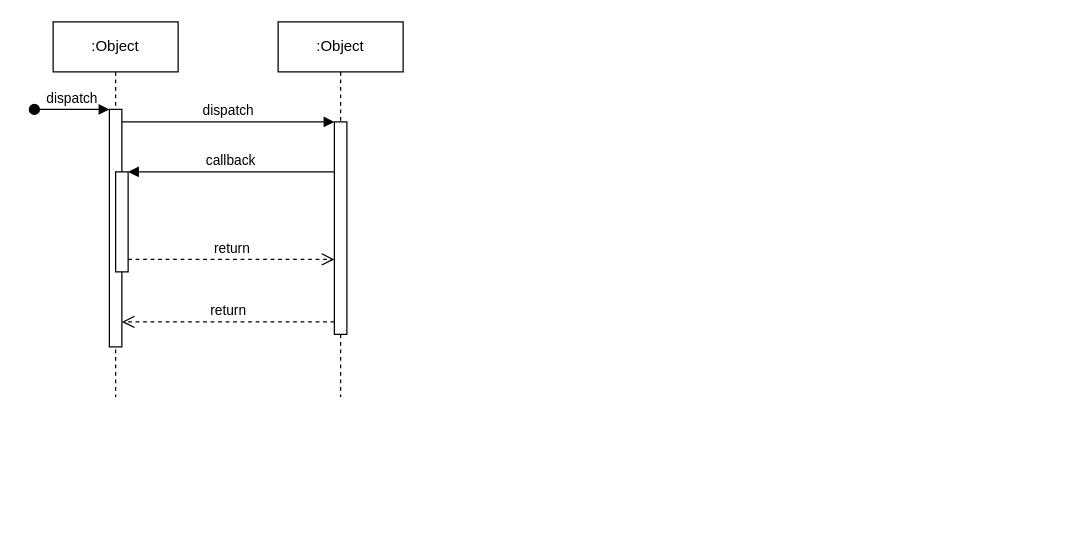
Before: Sequence diagram.drawio in machlufbar/Smart_campus_Electrical_sensors, a draw.io diagram. Source tidied: cells renumbered, new cells numbered last; positions are measured from the earlier drawing's top-left corner, leaving out a move shared by most shapes. Both pictures are drawn from the tidied source at 125%, with x=0, y=0 at pixel (34, 21).
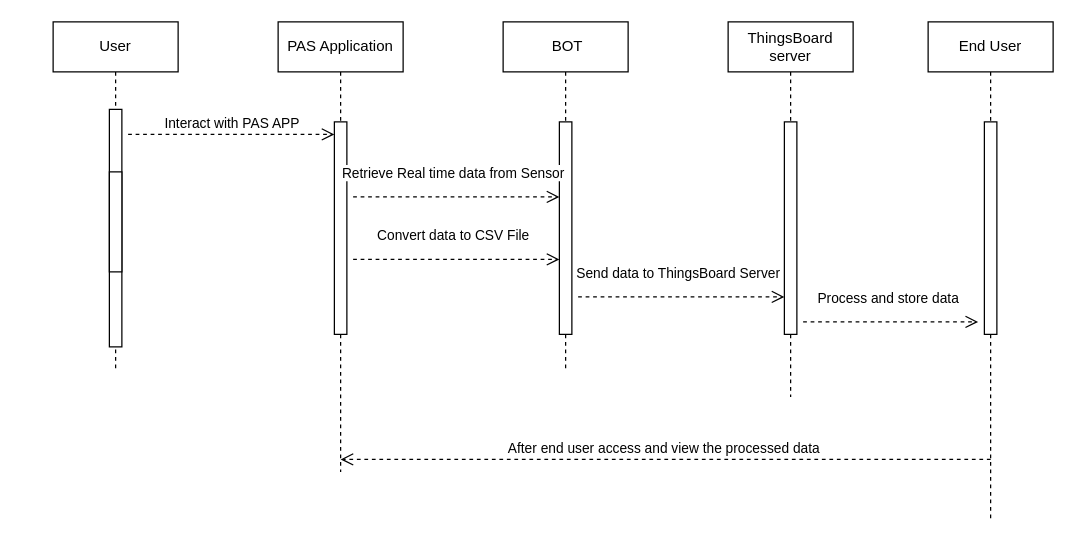
After the change.

Unchanged cells that the change refers to:
```xml
<mxCell id="3" style="html=1;points=[];perimeter=orthogonalPerimeter;outlineConnect=0;targetShapes=umlLifeline;portConstraint=eastwest;newEdgeStyle={&quot;edgeStyle&quot;:&quot;elbowEdgeStyle&quot;,&quot;elbow&quot;:&quot;vertical&quot;,&quot;curved&quot;:0,&quot;rounded&quot;:0};" parent="2" vertex="1">
  <mxGeometry x="45" y="70" width="10" height="190" as="geometry" />
</mxCell>
<mxCell id="7" style="html=1;points=[];perimeter=orthogonalPerimeter;outlineConnect=0;targetShapes=umlLifeline;portConstraint=eastwest;newEdgeStyle={&quot;edgeStyle&quot;:&quot;elbowEdgeStyle&quot;,&quot;elbow&quot;:&quot;vertical&quot;,&quot;curved&quot;:0,&quot;rounded&quot;:0};" parent="6" vertex="1">
  <mxGeometry x="45" y="80" width="10" height="170" as="geometry" />
</mxCell>
```

Change to the diagram source:
```diff
@@
-    <mxCell id="2" value=":Object" style="shape=umlLifeline;perimeter=lifelinePerimeter;whiteSpace=wrap;html=1;newEdgeStyle={&quot;edgeStyle&quot;:&quot;elbowEdgeStyle&quot;,&quot;elbow&quot;:&quot;vertical&quot;,&quot;curved&quot;:0,&quot;rounded&quot;:0};" parent="1" vertex="1">
-      <mxGeometry x="15" width="100" height="300" as="geometry" />
+    <mxCell id="2" value="User" style="shape=umlLifeline;perimeter=lifelinePerimeter;whiteSpace=wrap;html=1;newEdgeStyle={&quot;edgeStyle&quot;:&quot;elbowEdgeStyle&quot;,&quot;elbow&quot;:&quot;vertical&quot;,&quot;curved&quot;:0,&quot;rounded&quot;:0};" parent="1" vertex="1">
+      <mxGeometry x="15" width="100" height="280" as="geometry" />
     </mxCell>
@@
-    <mxCell id="4" value="dispatch" style="html=1;verticalAlign=bottom;startArrow=oval;endArrow=block;startSize=8;edgeStyle=elbowEdgeStyle;elbow=vertical;curved=0;rounded=0;" parent="2" edge="1" target="3">
-      <mxGeometry relative="1" as="geometry">
-        <mxPoint x="-15" y="70" as="sourcePoint" />
-      </mxGeometry>
-    </mxCell>
     <mxCell id="5" style="html=1;points=[];perimeter=orthogonalPerimeter;outlineConnect=0;targetShapes=umlLifeline;portConstraint=eastwest;newEdgeStyle={&quot;edgeStyle&quot;:&quot;elbowEdgeStyle&quot;,&quot;elbow&quot;:&quot;vertical&quot;,&quot;curved&quot;:0,&quot;rounded&quot;:0};" parent="2" vertex="1">
-      <mxGeometry x="50" y="120" width="10" height="80" as="geometry" />
+      <mxGeometry x="45" y="120" width="10" height="80" as="geometry" />
     </mxCell>
-    <mxCell id="6" value=":Object" style="shape=umlLifeline;perimeter=lifelinePerimeter;whiteSpace=wrap;html=1;newEdgeStyle={&quot;edgeStyle&quot;:&quot;elbowEdgeStyle&quot;,&quot;elbow&quot;:&quot;vertical&quot;,&quot;curved&quot;:0,&quot;rounded&quot;:0};" parent="1" vertex="1">
-      <mxGeometry x="195" width="100" height="300" as="geometry" />
+    <mxCell id="6" value="PAS Application" style="shape=umlLifeline;perimeter=lifelinePerimeter;whiteSpace=wrap;html=1;newEdgeStyle={&quot;edgeStyle&quot;:&quot;elbowEdgeStyle&quot;,&quot;elbow&quot;:&quot;vertical&quot;,&quot;curved&quot;:0,&quot;rounded&quot;:0};" parent="1" vertex="1">
+      <mxGeometry x="195" width="100" height="360" as="geometry" />
     </mxCell>
@@
-    <mxCell id="8" value="dispatch" style="html=1;verticalAlign=bottom;endArrow=block;edgeStyle=elbowEdgeStyle;elbow=vertical;curved=0;rounded=0;" parent="1" edge="1" source="3" target="7">
-      <mxGeometry relative="1" as="geometry">
-        <Array as="points">
-          <mxPoint x="155" y="80" />
-        </Array>
-      </mxGeometry>
-    </mxCell>
-    <mxCell id="9" value="return" style="html=1;verticalAlign=bottom;endArrow=open;dashed=1;endSize=8;edgeStyle=elbowEdgeStyle;elbow=vertical;curved=0;rounded=0;" parent="1" edge="1" source="7" target="3">
+    <mxCell id="9" value="After end user access and view the processed data&amp;nbsp;" style="html=1;verticalAlign=bottom;endArrow=open;dashed=1;endSize=8;edgeStyle=elbowEdgeStyle;elbow=vertical;curved=0;rounded=0;" parent="1" edge="1">
       <mxGeometry relative="1" as="geometry">
+        <mxPoint x="765" y="350" as="sourcePoint" />
+        <mxPoint x="245" y="350" as="targetPoint" />
         <Array as="points">
-          <mxPoint x="165" y="240" />
+          <mxPoint x="690" y="350" />
         </Array>
       </mxGeometry>
     </mxCell>
-    <mxCell id="10" value="callback" style="html=1;verticalAlign=bottom;endArrow=block;edgeStyle=elbowEdgeStyle;elbow=vertical;curved=0;rounded=0;" parent="1" edge="1" source="7" target="5">
-      <mxGeometry relative="1" as="geometry">
-        <Array as="points">
-          <mxPoint x="165" y="120" />
-        </Array>
-      </mxGeometry>
-    </mxCell>
-    <mxCell id="11" value="return" style="html=1;verticalAlign=bottom;endArrow=open;dashed=1;endSize=8;edgeStyle=elbowEdgeStyle;elbow=vertical;curved=0;rounded=0;" parent="1" edge="1" source="5" target="7">
+    <mxCell id="11" value="Interact with PAS APP" style="html=1;verticalAlign=bottom;endArrow=open;dashed=1;endSize=8;edgeStyle=elbowEdgeStyle;elbow=vertical;curved=0;rounded=0;" parent="1" edge="1">
       <mxGeometry relative="1" as="geometry">
+        <mxPoint x="75" y="90" as="sourcePoint" />
+        <mxPoint x="240" y="90" as="targetPoint" />
         <Array as="points">
-          <mxPoint x="155" y="190" />
+          <mxPoint x="155" y="90" />
         </Array>
       </mxGeometry>
     </mxCell>
+    <mxCell id="12" value="&amp;nbsp;BOT" style="shape=umlLifeline;perimeter=lifelinePerimeter;whiteSpace=wrap;html=1;newEdgeStyle={&quot;edgeStyle&quot;:&quot;elbowEdgeStyle&quot;,&quot;elbow&quot;:&quot;vertical&quot;,&quot;curved&quot;:0,&quot;rounded&quot;:0};" parent="1" vertex="1">
+      <mxGeometry x="375" width="100" height="280" as="geometry" />
+    </mxCell>
+    <mxCell id="13" style="html=1;perimeter=orthogonalPerimeter;targetShapes=umlLifeline;newEdgeStyle={&quot;edgeStyle&quot;:&quot;elbowEdgeStyle&quot;,&quot;elbow&quot;:&quot;vertical&quot;,&quot;curved&quot;:0,&quot;rounded&quot;:0};" parent="12" vertex="1">
+      <mxGeometry x="45" y="80" width="10" height="170" as="geometry" />
+    </mxCell>
+    <mxCell id="14" value="ThingsBoard server" style="shape=umlLifeline;perimeter=lifelinePerimeter;whiteSpace=wrap;html=1;newEdgeStyle={&quot;edgeStyle&quot;:&quot;elbowEdgeStyle&quot;,&quot;elbow&quot;:&quot;vertical&quot;,&quot;curved&quot;:0,&quot;rounded&quot;:0};" parent="1" vertex="1">
+      <mxGeometry x="555" width="100" height="300" as="geometry" />
+    </mxCell>
+    <mxCell id="15" style="html=1;perimeter=orthogonalPerimeter;targetShapes=umlLifeline;newEdgeStyle={&quot;edgeStyle&quot;:&quot;elbowEdgeStyle&quot;,&quot;elbow&quot;:&quot;vertical&quot;,&quot;curved&quot;:0,&quot;rounded&quot;:0};" parent="14" vertex="1">
+      <mxGeometry x="45" y="80" width="10" height="170" as="geometry" />
+    </mxCell>
+    <mxCell id="16" value="End User" style="shape=umlLifeline;perimeter=lifelinePerimeter;whiteSpace=wrap;html=1;newEdgeStyle={&quot;edgeStyle&quot;:&quot;elbowEdgeStyle&quot;,&quot;elbow&quot;:&quot;vertical&quot;,&quot;curved&quot;:0,&quot;rounded&quot;:0};" parent="1" vertex="1">
+      <mxGeometry x="715" width="100" height="400" as="geometry" />
+    </mxCell>
+    <mxCell id="17" style="html=1;perimeter=orthogonalPerimeter;targetShapes=umlLifeline;newEdgeStyle={&quot;edgeStyle&quot;:&quot;elbowEdgeStyle&quot;,&quot;elbow&quot;:&quot;vertical&quot;,&quot;curved&quot;:0,&quot;rounded&quot;:0};" parent="16" vertex="1">
+      <mxGeometry x="45" y="80" width="10" height="170" as="geometry" />
+    </mxCell>
+    <mxCell id="18" value="Retrieve Real time data from Sensor" style="html=1;verticalAlign=bottom;endArrow=open;dashed=1;endSize=8;edgeStyle=elbowEdgeStyle;elbow=vertical;curved=0;rounded=0;" parent="1" edge="1">
+      <mxGeometry x="-0.03" y="10" relative="1" as="geometry">
+        <mxPoint x="255" y="140" as="sourcePoint" />
+        <mxPoint x="420" y="140" as="targetPoint" />
+        <Array as="points">
+          <mxPoint x="335" y="140" />
+        </Array>
+      </mxGeometry>
+    </mxCell>
+    <mxCell id="19" value="Send data to ThingsBoard Server" style="html=1;verticalAlign=bottom;endArrow=open;dashed=1;endSize=8;edgeStyle=elbowEdgeStyle;elbow=vertical;curved=0;rounded=0;" parent="1" edge="1">
+      <mxGeometry x="-0.03" y="10" relative="1" as="geometry">
+        <mxPoint x="435" y="220" as="sourcePoint" />
+        <mxPoint x="600" y="220" as="targetPoint" />
+        <Array as="points">
+          <mxPoint x="515" y="220" />
+        </Array>
+      </mxGeometry>
+    </mxCell>
+    <mxCell id="20" value="Convert data to CSV File" style="html=1;verticalAlign=bottom;endArrow=open;dashed=1;endSize=8;edgeStyle=elbowEdgeStyle;elbow=vertical;curved=0;rounded=0;" parent="1" edge="1">
+      <mxGeometry x="-0.03" y="10" relative="1" as="geometry">
+        <mxPoint x="255" y="190" as="sourcePoint" />
+        <mxPoint x="420" y="190" as="targetPoint" />
+        <Array as="points">
+          <mxPoint x="335" y="190" />
+        </Array>
+      </mxGeometry>
+    </mxCell>
+    <mxCell id="21" value="Process and store data" style="html=1;verticalAlign=bottom;endArrow=open;dashed=1;endSize=8;edgeStyle=elbowEdgeStyle;elbow=vertical;curved=0;rounded=0;" parent="1" edge="1">
+      <mxGeometry x="-0.03" y="10" relative="1" as="geometry">
+        <mxPoint x="615" y="240" as="sourcePoint" />
+        <mxPoint x="755" y="240" as="targetPoint" />
+        <Array as="points">
+          <mxPoint x="695" y="240" />
+        </Array>
+      </mxGeometry>
+    </mxCell>
```
